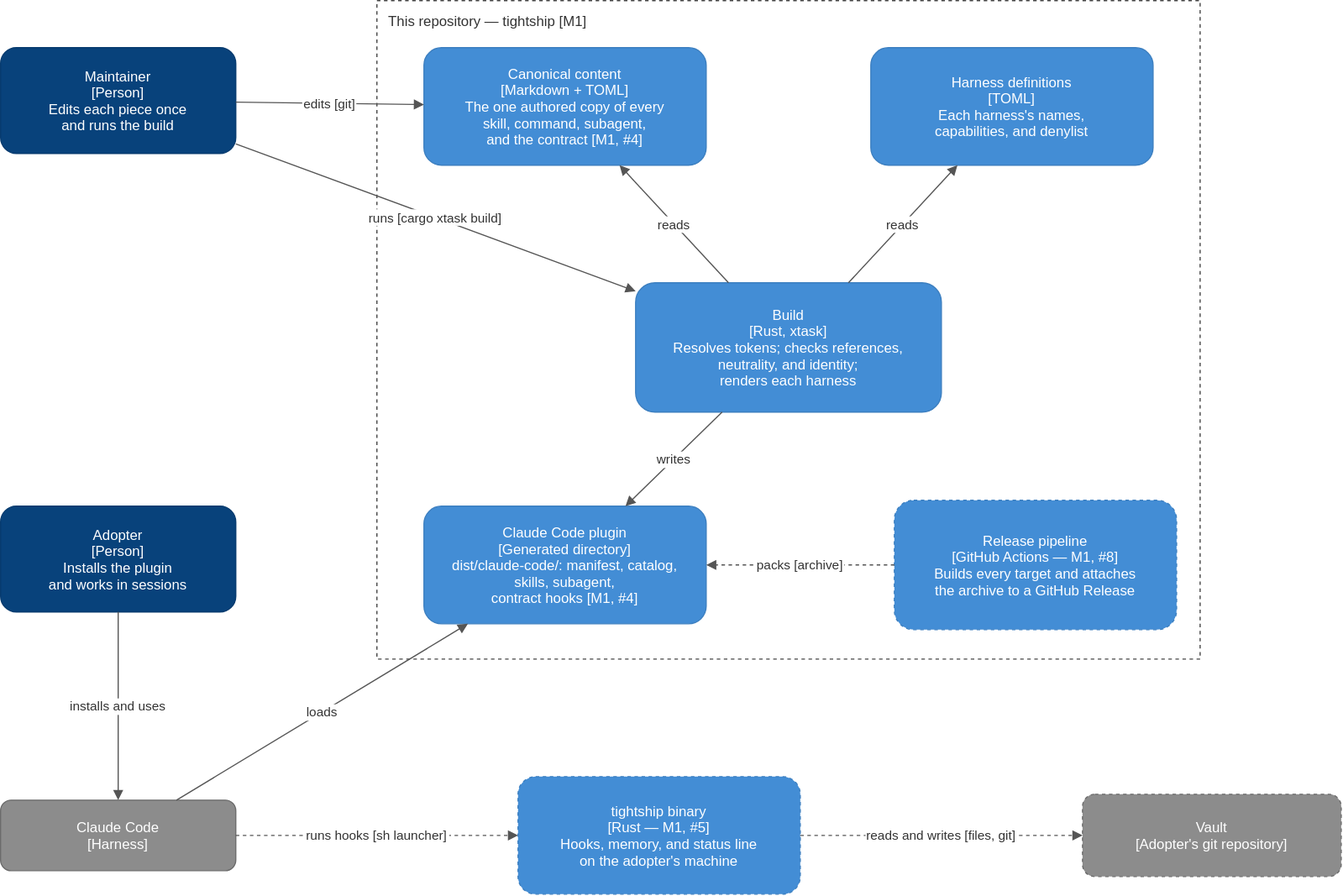
Above: docs/architecture/diagrams/containers.drawio.svg in ATNexusLab/tightship (draw.io), before the change. Source tidied: cells renumbered, new cells last; positions are measured from the earlier drawing's top-left corner, leaving out a move shared by most shapes.
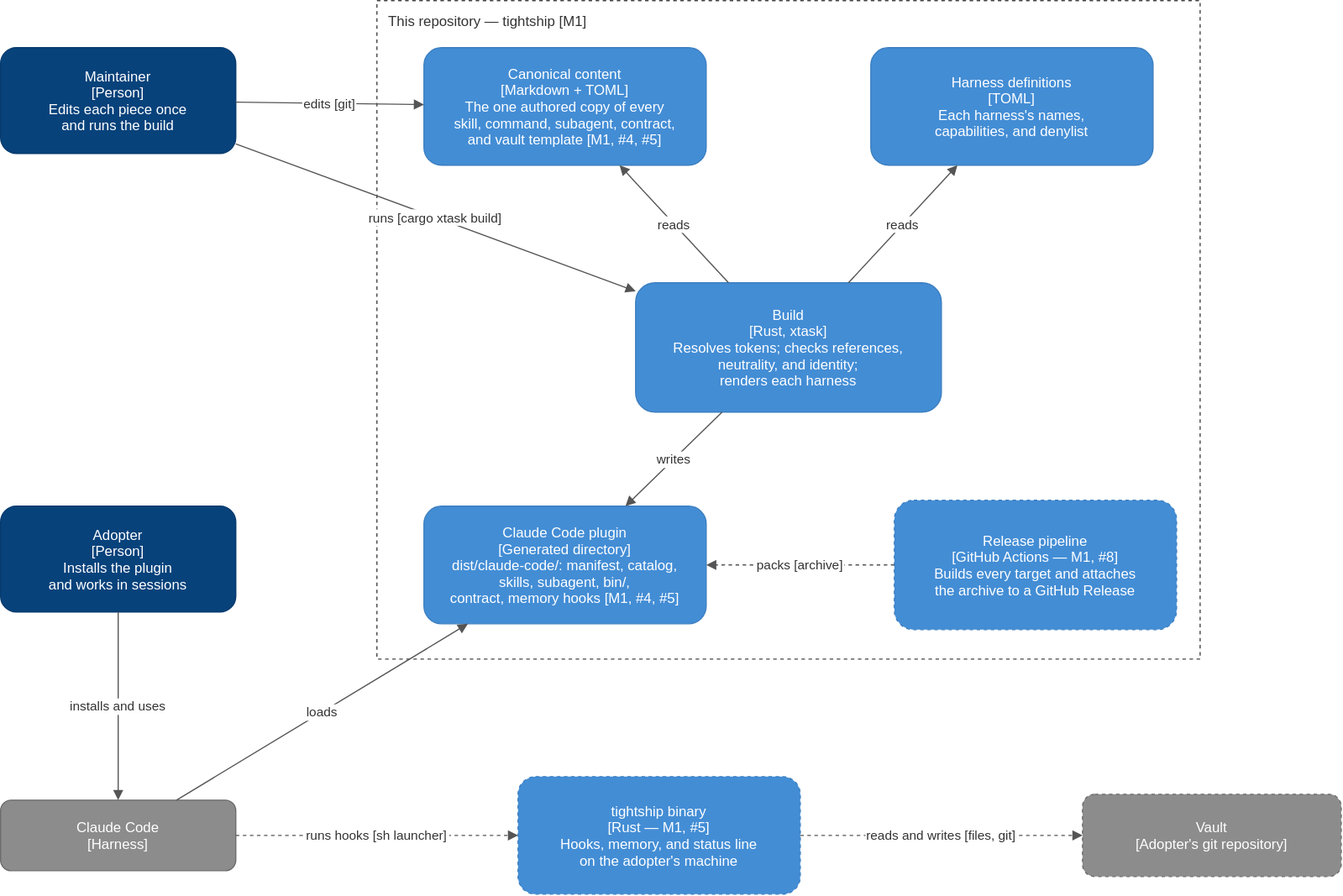
After the commit.

What changed in the source:
```diff
@@ -8,7 +8,7 @@
     <mxCell id="3" value="Maintainer&#10;[Person]&#10;Edits each piece once&#10;and runs the build" style="rounded=1;fillColor=#08427b;fontColor=#ffffff;strokeColor=#073b6f;fontSize=12;html=0;" parent="1" vertex="1">
       <mxGeometry y="40" width="200" height="90" as="geometry" />
     </mxCell>
-    <mxCell id="4" value="Canonical content&#10;[Markdown + TOML]&#10;The one authored copy of every&#10;skill, command, subagent,&#10;and the contract [M1, #4]" style="rounded=1;fillColor=#438dd5;fontColor=#ffffff;strokeColor=#3c7fc0;fontSize=12;html=0;" parent="1" vertex="1">
+    <mxCell id="4" value="Canonical content&#10;[Markdown + TOML]&#10;The one authored copy of every&#10;skill, command, subagent, contract,&#10;and vault template [M1, #4, #5]" style="rounded=1;fillColor=#438dd5;fontColor=#ffffff;strokeColor=#3c7fc0;fontSize=12;html=0;" parent="1" vertex="1">
       <mxGeometry x="360" y="40" width="240" height="100" as="geometry" />
     </mxCell>
     <mxCell id="5" value="Harness definitions&#10;[TOML]&#10;Each harness's names,&#10;capabilities, and denylist" style="rounded=1;fillColor=#438dd5;fontColor=#ffffff;strokeColor=#3c7fc0;fontSize=12;html=0;" parent="1" vertex="1">
@@ -17,7 +17,7 @@
     <mxCell id="6" value="Build&#10;[Rust, xtask]&#10;Resolves tokens; checks references,&#10;neutrality, and identity;&#10;renders each harness" style="rounded=1;fillColor=#438dd5;fontColor=#ffffff;strokeColor=#3c7fc0;fontSize=12;html=0;" parent="1" vertex="1">
       <mxGeometry x="540" y="240" width="260" height="110" as="geometry" />
     </mxCell>
-    <mxCell id="7" value="Claude Code plugin&#10;[Generated directory]&#10;dist/claude-code/: manifest, catalog,&#10;skills, subagent,&#10;contract hooks [M1, #4]" style="rounded=1;fillColor=#438dd5;fontColor=#ffffff;strokeColor=#3c7fc0;fontSize=12;html=0;" parent="1" vertex="1">
+    <mxCell id="7" value="Claude Code plugin&#10;[Generated directory]&#10;dist/claude-code/: manifest, catalog,&#10;skills, subagent, bin/,&#10;contract, memory hooks [M1, #4, #5]" style="rounded=1;fillColor=#438dd5;fontColor=#ffffff;strokeColor=#3c7fc0;fontSize=12;html=0;" parent="1" vertex="1">
       <mxGeometry x="360" y="430" width="240" height="100" as="geometry" />
     </mxCell>
     <mxCell id="8" value="Release pipeline&#10;[GitHub Actions — M1, #8]&#10;Builds every target and attaches&#10;the archive to a GitHub Release" style="rounded=1;fillColor=#438dd5;fontColor=#ffffff;strokeColor=#3c7fc0;fontSize=12;html=0;dashed=1;" parent="1" vertex="1">
```
